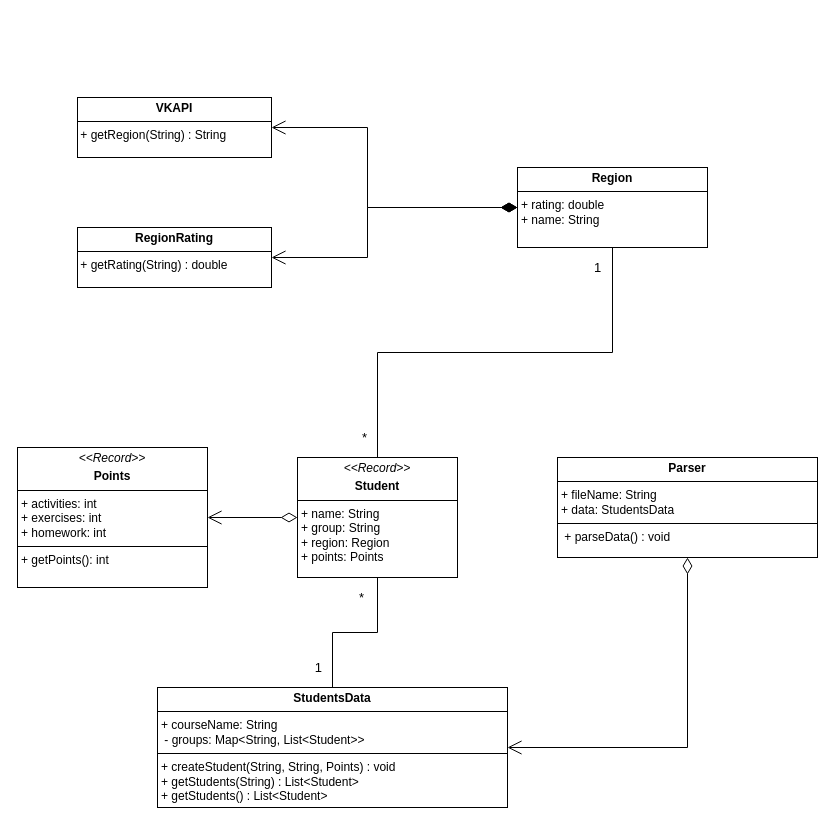
The draw.io diagram Models.drawio in Ycalk/JavaAnalytics, before the edit. Source tidied: cells renumbered, new cells numbered last; positions are measured from the earlier drawing's top-left corner, leaving out a move shared by most shapes. Both pictures are drawn from the tidied source at 100%, with x=0, y=0 at pixel (17, 97).
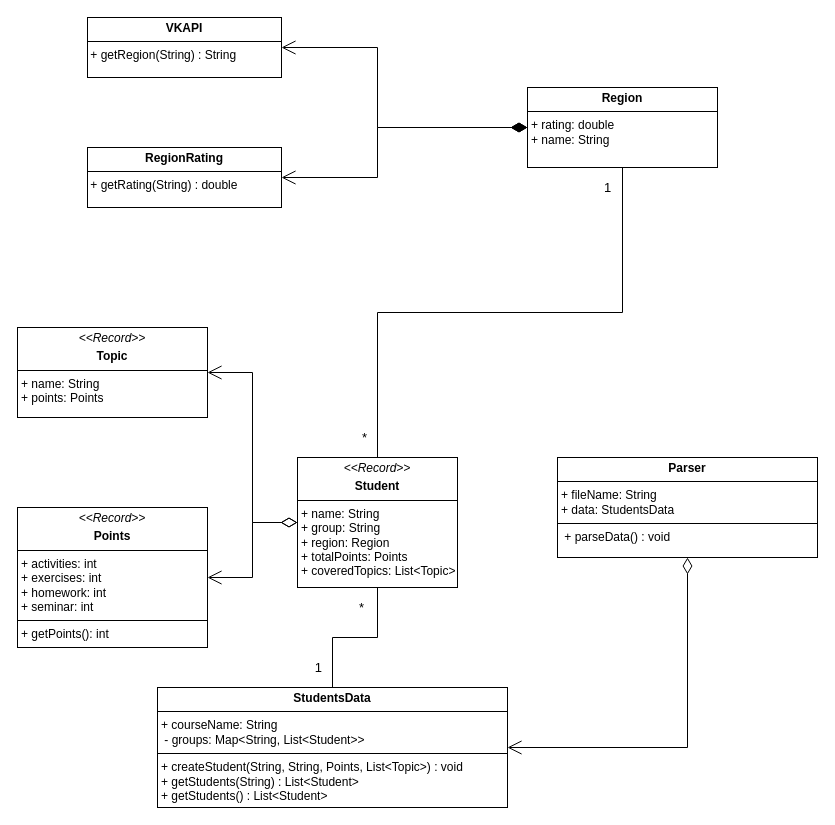
After the change.

The edit, as a diff of the source:
```diff
@@
-    <mxCell id="2" value="&lt;p style=&quot;margin: 4px 0px 0px; text-align: center;&quot;&gt;&lt;i&gt;&amp;lt;&amp;lt;Record&amp;gt;&amp;gt;&lt;/i&gt;&lt;/p&gt;&lt;p style=&quot;margin:0px;margin-top:4px;text-align:center;&quot;&gt;&lt;b&gt;Student&lt;/b&gt;&lt;/p&gt;&lt;hr size=&quot;1&quot; style=&quot;border-style:solid;&quot;&gt;&lt;p style=&quot;margin:0px;margin-left:4px;&quot;&gt;+ name: String&lt;/p&gt;&lt;p style=&quot;margin:0px;margin-left:4px;&quot;&gt;+ group: String&lt;br&gt;+ region: Region&lt;/p&gt;&lt;p style=&quot;margin:0px;margin-left:4px;&quot;&gt;+ points: Points&lt;/p&gt;" style="verticalAlign=top;align=left;overflow=fill;html=1;whiteSpace=wrap;" parent="1" vertex="1">
-      <mxGeometry x="280" y="360" width="160" height="120" as="geometry" />
+    <mxCell id="2" value="&lt;p style=&quot;margin: 4px 0px 0px; text-align: center;&quot;&gt;&lt;i&gt;&amp;lt;&amp;lt;Record&amp;gt;&amp;gt;&lt;/i&gt;&lt;/p&gt;&lt;p style=&quot;margin:0px;margin-top:4px;text-align:center;&quot;&gt;&lt;b&gt;Student&lt;/b&gt;&lt;/p&gt;&lt;hr size=&quot;1&quot; style=&quot;border-style:solid;&quot;&gt;&lt;p style=&quot;margin:0px;margin-left:4px;&quot;&gt;+ name: String&lt;/p&gt;&lt;p style=&quot;margin:0px;margin-left:4px;&quot;&gt;+ group: String&lt;br&gt;+ region: Region&lt;/p&gt;&lt;p style=&quot;margin:0px;margin-left:4px;&quot;&gt;+ totalPoints: Points&lt;br&gt;+ coveredTopics: List&amp;lt;Topic&amp;gt;&lt;/p&gt;" style="verticalAlign=top;align=left;overflow=fill;html=1;whiteSpace=wrap;" parent="1" vertex="1">
+      <mxGeometry x="280" y="360" width="160" height="130" as="geometry" />
     </mxCell>
-    <mxCell id="3" value="&lt;p style=&quot;margin:0px;margin-top:4px;text-align:center;&quot;&gt;&lt;b&gt;StudentsData&lt;/b&gt;&lt;/p&gt;&lt;hr size=&quot;1&quot; style=&quot;border-style:solid;&quot;&gt;&lt;p style=&quot;margin:0px;margin-left:4px;&quot;&gt;+ courseName: String&lt;br&gt;&amp;nbsp;- groups: Map&amp;lt;String, List&amp;lt;Student&amp;gt;&amp;gt;&lt;/p&gt;&lt;hr size=&quot;1&quot; style=&quot;border-style:solid;&quot;&gt;&lt;p style=&quot;margin:0px;margin-left:4px;&quot;&gt;+ createStudent(String, String, Points) : void&lt;/p&gt;&lt;p style=&quot;margin:0px;margin-left:4px;&quot;&gt;+ getStudents(String) : List&amp;lt;Student&amp;gt;&lt;br&gt;+ getStudents() : List&amp;lt;Student&amp;gt;&amp;nbsp;&lt;/p&gt;" style="verticalAlign=top;align=left;overflow=fill;html=1;whiteSpace=wrap;" parent="1" vertex="1">
+    <mxCell id="3" value="&lt;p style=&quot;margin:0px;margin-top:4px;text-align:center;&quot;&gt;&lt;b&gt;StudentsData&lt;/b&gt;&lt;/p&gt;&lt;hr size=&quot;1&quot; style=&quot;border-style:solid;&quot;&gt;&lt;p style=&quot;margin:0px;margin-left:4px;&quot;&gt;+ courseName: String&lt;br&gt;&amp;nbsp;- groups: Map&amp;lt;String, List&amp;lt;Student&amp;gt;&amp;gt;&lt;/p&gt;&lt;hr size=&quot;1&quot; style=&quot;border-style:solid;&quot;&gt;&lt;p style=&quot;margin:0px;margin-left:4px;&quot;&gt;+ createStudent(String, String, Points, List&amp;lt;Topic&amp;gt;) : void&lt;/p&gt;&lt;p style=&quot;margin:0px;margin-left:4px;&quot;&gt;+ getStudents(String) : List&amp;lt;Student&amp;gt;&lt;br&gt;+ getStudents() : List&amp;lt;Student&amp;gt;&amp;nbsp;&lt;/p&gt;" style="verticalAlign=top;align=left;overflow=fill;html=1;whiteSpace=wrap;" parent="1" vertex="1">
       <mxGeometry x="140" y="590" width="350" height="120" as="geometry" />
     </mxCell>
     <mxCell id="4" value="&lt;p style=&quot;margin:0px;margin-top:4px;text-align:center;&quot;&gt;&lt;b style=&quot;background-color: initial;&quot;&gt;Region&lt;/b&gt;&lt;/p&gt;&lt;hr size=&quot;1&quot; style=&quot;border-style:solid;&quot;&gt;&lt;p style=&quot;margin:0px;margin-left:4px;&quot;&gt;+ rating: double&lt;br&gt;+ name: String&lt;/p&gt;" style="verticalAlign=top;align=left;overflow=fill;html=1;whiteSpace=wrap;" parent="1" vertex="1">
-      <mxGeometry x="500" y="70" width="190" height="80" as="geometry" />
+      <mxGeometry x="510" y="-10" width="190" height="80" as="geometry" />
     </mxCell>
     <mxCell id="5" value="&lt;p style=&quot;margin:0px;margin-top:4px;text-align:center;&quot;&gt;&lt;b&gt;VKAPI&lt;/b&gt;&lt;/p&gt;&lt;hr size=&quot;1&quot; style=&quot;border-style:solid;&quot;&gt;&lt;div style=&quot;height:2px;&quot;&gt;&amp;nbsp;+&amp;nbsp;getRegion(String) : String&lt;/div&gt;" style="verticalAlign=top;align=left;overflow=fill;html=1;whiteSpace=wrap;" parent="1" vertex="1">
-      <mxGeometry x="60" width="194" height="60" as="geometry" />
+      <mxGeometry x="70" y="-80" width="194" height="60" as="geometry" />
     </mxCell>
     <mxCell id="6" style="endArrow=open;html=1;endSize=12;startArrow=diamondThin;startSize=14;startFill=1;edgeStyle=orthogonalEdgeStyle;align=left;verticalAlign=bottom;rounded=0;exitX=0;exitY=0.5;exitDx=0;exitDy=0;entryX=1;entryY=0.5;entryDx=0;entryDy=0;" parent="1" edge="1" source="4" target="5">
       <mxGeometry x="-1" y="3" relative="1" as="geometry">
         <Array as="points">
-          <mxPoint x="350" y="110" />
-          <mxPoint x="350" y="30" />
+          <mxPoint x="360" y="30" />
+          <mxPoint x="360" y="-50" />
         </Array>
       </mxGeometry>
     </mxCell>
     <mxCell id="7" value="&lt;p style=&quot;margin:0px;margin-top:4px;text-align:center;&quot;&gt;&lt;b&gt;RegionRating&lt;/b&gt;&lt;/p&gt;&lt;hr size=&quot;1&quot; style=&quot;border-style:solid;&quot;&gt;&lt;div style=&quot;height:2px;&quot;&gt;&amp;nbsp;+&amp;nbsp;getRating(String) : double&lt;/div&gt;" style="verticalAlign=top;align=left;overflow=fill;html=1;whiteSpace=wrap;" parent="1" vertex="1">
-      <mxGeometry x="60" y="130" width="194" height="60" as="geometry" />
+      <mxGeometry x="70" y="50" width="194" height="60" as="geometry" />
     </mxCell>
     <mxCell id="8" style="endArrow=open;html=1;endSize=12;startArrow=diamondThin;startSize=14;startFill=1;edgeStyle=orthogonalEdgeStyle;align=left;verticalAlign=bottom;rounded=0;exitX=0;exitY=0.5;exitDx=0;exitDy=0;entryX=1;entryY=0.5;entryDx=0;entryDy=0;" parent="1" edge="1" source="4" target="7">
       <mxGeometry x="-1" y="3" relative="1" as="geometry">
         <Array as="points">
-          <mxPoint x="350" y="110" />
-          <mxPoint x="350" y="160" />
+          <mxPoint x="360" y="30" />
+          <mxPoint x="360" y="80" />
         </Array>
       </mxGeometry>
     </mxCell>
-    <mxCell id="9" value="&lt;p style=&quot;margin:0px;margin-top:4px;text-align:center;&quot;&gt;&lt;i&gt;&amp;lt;&amp;lt;Record&amp;gt;&amp;gt;&lt;/i&gt;&lt;b&gt;&lt;/b&gt;&lt;/p&gt;&lt;p style=&quot;margin:0px;margin-top:4px;text-align:center;&quot;&gt;&lt;b&gt;Points&lt;/b&gt;&lt;/p&gt;&lt;hr size=&quot;1&quot; style=&quot;border-style:solid;&quot;&gt;&lt;p style=&quot;margin:0px;margin-left:4px;&quot;&gt;+ activities: int&lt;br&gt;+ exercises: int&lt;/p&gt;&lt;p style=&quot;margin:0px;margin-left:4px;&quot;&gt;+ homework: int&lt;/p&gt;&lt;hr size=&quot;1&quot; style=&quot;border-style:solid;&quot;&gt;&lt;p style=&quot;margin:0px;margin-left:4px;&quot;&gt;+ getPoints(): int&lt;/p&gt;" style="verticalAlign=top;align=left;overflow=fill;html=1;whiteSpace=wrap;" parent="1" vertex="1">
-      <mxGeometry y="350" width="190" height="140" as="geometry" />
+    <mxCell id="9" value="&lt;p style=&quot;margin:0px;margin-top:4px;text-align:center;&quot;&gt;&lt;i&gt;&amp;lt;&amp;lt;Record&amp;gt;&amp;gt;&lt;/i&gt;&lt;b&gt;&lt;/b&gt;&lt;/p&gt;&lt;p style=&quot;margin:0px;margin-top:4px;text-align:center;&quot;&gt;&lt;b&gt;Points&lt;/b&gt;&lt;/p&gt;&lt;hr size=&quot;1&quot; style=&quot;border-style:solid;&quot;&gt;&lt;p style=&quot;margin:0px;margin-left:4px;&quot;&gt;+ activities: int&lt;br&gt;+ exercises: int&lt;/p&gt;&lt;p style=&quot;margin:0px;margin-left:4px;&quot;&gt;+ homework: int&lt;br&gt;+ seminar: int&lt;/p&gt;&lt;hr size=&quot;1&quot; style=&quot;border-style:solid;&quot;&gt;&lt;p style=&quot;margin:0px;margin-left:4px;&quot;&gt;+ getPoints(): int&lt;/p&gt;" style="verticalAlign=top;align=left;overflow=fill;html=1;whiteSpace=wrap;" parent="1" vertex="1">
+      <mxGeometry y="410" width="190" height="140" as="geometry" />
     </mxCell>
@@
+    <mxCell id="19" value="&lt;p style=&quot;margin:0px;margin-top:4px;text-align:center;&quot;&gt;&lt;i&gt;&amp;lt;&amp;lt;Record&amp;gt;&amp;gt;&lt;/i&gt;&lt;b&gt;&lt;/b&gt;&lt;/p&gt;&lt;p style=&quot;margin:0px;margin-top:4px;text-align:center;&quot;&gt;&lt;b&gt;Topic&lt;/b&gt;&lt;/p&gt;&lt;hr size=&quot;1&quot; style=&quot;border-style:solid;&quot;&gt;&lt;p style=&quot;margin:0px;margin-left:4px;&quot;&gt;+ name: String&lt;br&gt;+ points: Points&lt;br&gt;&lt;/p&gt;&lt;p style=&quot;margin:0px;margin-left:4px;&quot;&gt;&lt;br&gt;&lt;/p&gt;" style="verticalAlign=top;align=left;overflow=fill;html=1;whiteSpace=wrap;" parent="1" vertex="1">
+      <mxGeometry y="230" width="190" height="90" as="geometry" />
+    </mxCell>
+    <mxCell id="20" style="endArrow=open;html=1;endSize=12;startArrow=diamondThin;startSize=14;startFill=0;edgeStyle=orthogonalEdgeStyle;align=left;verticalAlign=bottom;rounded=0;exitX=0;exitY=0.5;exitDx=0;exitDy=0;entryX=1;entryY=0.5;entryDx=0;entryDy=0;" parent="1" edge="1" source="2" target="19">
+      <mxGeometry x="-1" y="3" relative="1" as="geometry" />
+    </mxCell>
```
